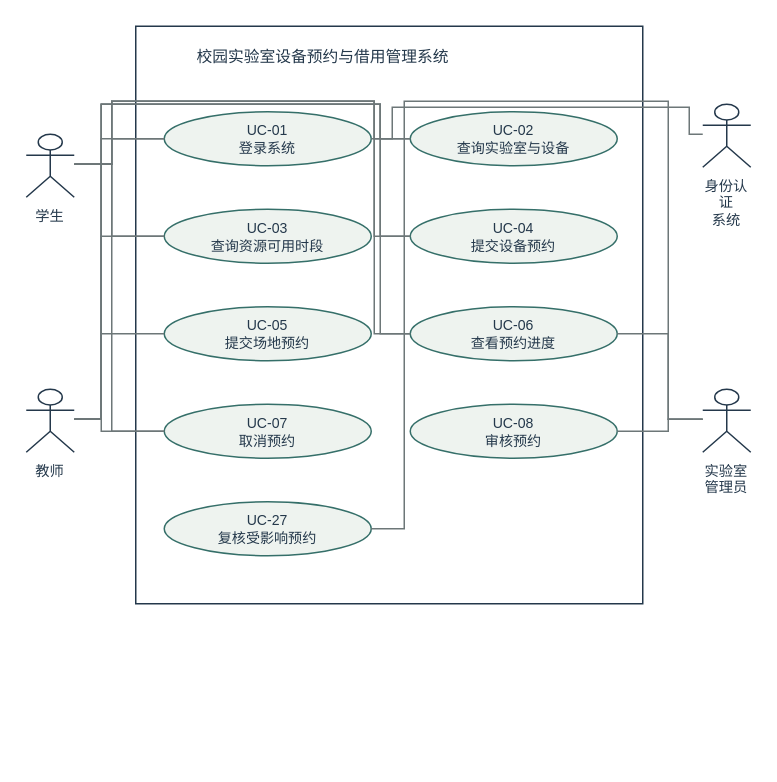
Before: models/图形源文件/图4-2-预约服务用例分图.drawio in yvming67-gif/campus-lab-equipment-manager, a draw.io diagram. Source tidied: cells renumbered, new cells numbered last; positions are measured from the earlier drawing's top-left corner, leaving out a move shared by most shapes. Both pictures are drawn from the tidied source at 150%, with x=0, y=0 at pixel (26, 26).
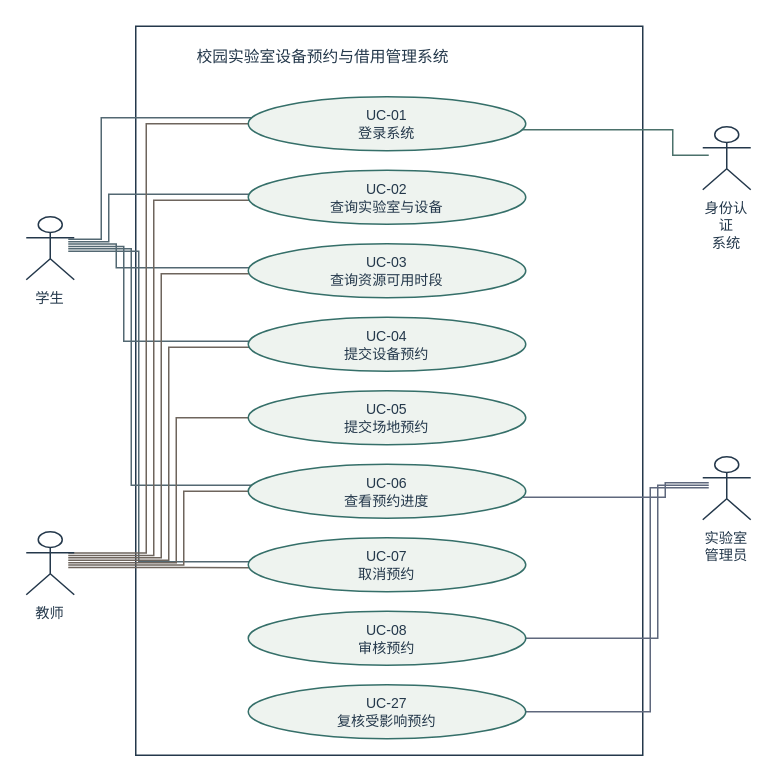
Above is the later version.

What changed in the source:
```diff
@@
     <mxCell id="2" style="rounded=0;strokeColor=#24384b;fillColor=none;whiteSpace=wrap;html=1;fontFamily=Microsoft YaHei;fontSize=10;fontColor=#24384b;" parent="1" vertex="1">
-      <mxGeometry x="73" width="338" height="385" as="geometry" />
+      <mxGeometry x="73" width="338" height="486" as="geometry" />
     </mxCell>
-    <mxCell id="3" value="校园实验室设备预约与借用管理系统" style="text;strokeColor=none;fillColor=none;whiteSpace=wrap;html=1;fontFamily=Microsoft YaHei;fontSize=10.5;fontColor=#24384b;" parent="1" vertex="1">
-      <mxGeometry x="112" y="7" width="260" height="25" as="geometry" />
+    <mxCell id="3" style="edgeStyle=none;rounded=0;endArrow=none;dashed=0;strokeColor=#536872;exitX=0.875;exitY=0.35714285714285715;exitPerimeter=0;entryX=0.01250197847821547;entryY=0.3888888888888889;entryPerimeter=0;" parent="1" edge="1" source="13" target="4">
+      <mxGeometry relative="1" as="geometry">
+        <Array as="points">
+          <mxPoint x="50" y="142" />
+          <mxPoint x="50" y="61" />
+        </Array>
+      </mxGeometry>
     </mxCell>
+    <mxCell id="34" style="edgeStyle=none;rounded=0;endArrow=none;dashed=0;strokeColor=#536872;exitX=0.875;exitY=0.3952380952380951;exitPerimeter=0;entryX=0.0030960050000467653;entryY=0.4444444444444444;entryPerimeter=0;" parent="1" edge="1" source="13" target="5">
+      <mxGeometry relative="1" as="geometry">
+        <Array as="points">
+          <mxPoint x="55" y="143.6" />
+          <mxPoint x="55" y="112" />
+        </Array>
+      </mxGeometry>
+    </mxCell>
+    <mxCell id="35" style="edgeStyle=none;rounded=0;endArrow=none;dashed=0;strokeColor=#536872;exitX=0.875;exitY=0.43333333333333307;exitPerimeter=0;entryX=0.0030960050000467653;entryY=0.4444444444444444;entryPerimeter=0;" parent="1" edge="1" source="13" target="6">
+      <mxGeometry relative="1" as="geometry">
+        <Array as="points">
+          <mxPoint x="60" y="145.2" />
+          <mxPoint x="60" y="161" />
+        </Array>
+      </mxGeometry>
+    </mxCell>
+    <mxCell id="36" style="edgeStyle=none;rounded=0;endArrow=none;dashed=0;strokeColor=#536872;exitX=0.875;exitY=0.4714285714285717;exitPerimeter=0;entryX=0.0030960050000467653;entryY=0.4444444444444444;entryPerimeter=0;" parent="1" edge="1" source="13" target="7">
+      <mxGeometry relative="1" as="geometry">
+        <Array as="points">
+          <mxPoint x="65" y="146.8" />
+          <mxPoint x="65" y="210" />
+        </Array>
+      </mxGeometry>
+    </mxCell>
+    <mxCell id="37" style="edgeStyle=none;rounded=0;endArrow=none;dashed=0;strokeColor=#536872;exitX=0.875;exitY=0.5095238095238097;exitPerimeter=0;entryX=0.01250197847821547;entryY=0.3888888888888889;entryPerimeter=0;" parent="1" edge="1" source="13" target="9">
+      <mxGeometry relative="1" as="geometry">
+        <Array as="points">
+          <mxPoint x="70" y="148.4" />
+          <mxPoint x="70" y="306" />
+        </Array>
+      </mxGeometry>
+    </mxCell>
+    <mxCell id="38" style="edgeStyle=none;rounded=0;endArrow=none;dashed=0;strokeColor=#536872;exitX=0.875;exitY=0.5476190476190477;exitPerimeter=0;entryX=0.0030960050000467653;entryY=0.4444444444444444;entryPerimeter=0;" parent="1" edge="1" source="13" target="10">
+      <mxGeometry relative="1" as="geometry">
+        <Array as="points">
+          <mxPoint x="75" y="150" />
+          <mxPoint x="75" y="357" />
+        </Array>
+      </mxGeometry>
+    </mxCell>
+    <mxCell id="21" style="edgeStyle=none;rounded=0;endArrow=none;dashed=0;strokeColor=#6e655d;exitX=0.875;exitY=0.33809523809523784;exitPerimeter=0;entryX=0.0;entryY=0.5;entryPerimeter=0;" parent="1" edge="1" source="20" target="4">
+      <mxGeometry relative="1" as="geometry">
+        <Array as="points">
+          <mxPoint x="80" y="351.2" />
+          <mxPoint x="80" y="65" />
+        </Array>
+      </mxGeometry>
+    </mxCell>
+    <mxCell id="22" style="edgeStyle=none;rounded=0;endArrow=none;dashed=0;strokeColor=#6e655d;exitX=0.875;exitY=0.37619047619047646;exitPerimeter=0;entryX=0.0030960050000467653;entryY=0.5555555555555556;entryPerimeter=0;" parent="1" edge="1" source="20" target="5">
+      <mxGeometry relative="1" as="geometry">
+        <Array as="points">
+          <mxPoint x="85" y="352.8" />
+          <mxPoint x="85" y="116" />
+        </Array>
+      </mxGeometry>
+    </mxCell>
+    <mxCell id="23" style="edgeStyle=none;rounded=0;endArrow=none;dashed=0;strokeColor=#6e655d;exitX=0.875;exitY=0.41428571428571376;exitPerimeter=0;entryX=0.0030960050000467653;entryY=0.5555555555555556;entryPerimeter=0;" parent="1" edge="1" source="20" target="6">
+      <mxGeometry relative="1" as="geometry">
+        <Array as="points">
+          <mxPoint x="90" y="354.4" />
+          <mxPoint x="90" y="165" />
+        </Array>
+      </mxGeometry>
+    </mxCell>
+    <mxCell id="24" style="edgeStyle=none;rounded=0;endArrow=none;dashed=0;strokeColor=#6e655d;exitX=0.875;exitY=0.4523809523809524;exitPerimeter=0;entryX=0.0030960050000467653;entryY=0.5555555555555556;entryPerimeter=0;" parent="1" edge="1" source="20" target="7">
+      <mxGeometry relative="1" as="geometry">
+        <Array as="points">
+          <mxPoint x="95" y="356" />
+          <mxPoint x="95" y="214" />
+        </Array>
+      </mxGeometry>
+    </mxCell>
+    <mxCell id="25" style="edgeStyle=none;rounded=0;endArrow=none;dashed=0;strokeColor=#6e655d;exitX=0.875;exitY=0.490476190476191;exitPerimeter=0;entryX=0.0;entryY=0.5;entryPerimeter=0;" parent="1" edge="1" source="20" target="8">
+      <mxGeometry relative="1" as="geometry">
+        <Array as="points">
+          <mxPoint x="100" y="357.6" />
+          <mxPoint x="100" y="261" />
+        </Array>
+      </mxGeometry>
+    </mxCell>
+    <mxCell id="14" style="edgeStyle=none;rounded=0;endArrow=none;dashed=0;strokeColor=#6e655d;exitX=0.875;exitY=0.5285714285714282;exitPerimeter=0;entryX=0.0;entryY=0.5;entryPerimeter=0;" parent="1" edge="1" source="20" target="9">
+      <mxGeometry relative="1" as="geometry">
+        <Array as="points">
+          <mxPoint x="105" y="359.2" />
+          <mxPoint x="105" y="310" />
+        </Array>
+      </mxGeometry>
+    </mxCell>
+    <mxCell id="15" style="edgeStyle=none;rounded=0;endArrow=none;dashed=0;strokeColor=#6e655d;exitX=0.875;exitY=0.566666666666667;exitPerimeter=0;entryX=0.0030960050000467653;entryY=0.5555555555555556;entryPerimeter=0;" parent="1" edge="1" source="20" target="10">
+      <mxGeometry relative="1" as="geometry">
+        <Array as="points">
+          <mxPoint x="110" y="360.8" />
+          <mxPoint x="110" y="361" />
+        </Array>
+      </mxGeometry>
+    </mxCell>
+    <mxCell id="16" style="edgeStyle=none;rounded=0;endArrow=none;dashed=0;strokeColor=#4b716b;exitX=0.125;exitY=0.4523809523809524;exitPerimeter=0;entryX=0.9874980215217843;entryY=0.6111111111111112;entryPerimeter=0;" parent="1" edge="1" source="28" target="4">
+      <mxGeometry relative="1" as="geometry">
+        <Array as="points">
+          <mxPoint x="431" y="86" />
+          <mxPoint x="431" y="69" />
+        </Array>
+      </mxGeometry>
+    </mxCell>
+    <mxCell id="17" style="edgeStyle=none;rounded=0;endArrow=none;dashed=0;strokeColor=#5f687d;exitX=0.125;exitY=0.41428571428571376;exitPerimeter=0;entryX=0.9874980215217843;entryY=0.6111111111111112;entryPerimeter=0;" parent="1" edge="1" source="30" target="9">
+      <mxGeometry relative="1" as="geometry">
+        <Array as="points">
+          <mxPoint x="426" y="304.4" />
+          <mxPoint x="426" y="314" />
+        </Array>
+      </mxGeometry>
+    </mxCell>
+    <mxCell id="18" style="edgeStyle=none;rounded=0;endArrow=none;dashed=0;strokeColor=#5f687d;exitX=0.125;exitY=0.4523809523809524;exitPerimeter=0;entryX=1.0;entryY=0.5;entryPerimeter=0;" parent="1" edge="1" source="30" target="11">
+      <mxGeometry relative="1" as="geometry">
+        <Array as="points">
+          <mxPoint x="421" y="306" />
+          <mxPoint x="421" y="408" />
+        </Array>
+      </mxGeometry>
+    </mxCell>
+    <mxCell id="19" style="edgeStyle=none;rounded=0;endArrow=none;dashed=0;strokeColor=#5f687d;exitX=0.125;exitY=0.490476190476191;exitPerimeter=0;entryX=1.0;entryY=0.5;entryPerimeter=0;" parent="1" edge="1" source="30" target="12">
+      <mxGeometry relative="1" as="geometry">
+        <Array as="points">
+          <mxPoint x="416" y="307.6" />
+          <mxPoint x="416" y="457" />
+        </Array>
+      </mxGeometry>
+    </mxCell>
+    <mxCell id="39" value="校园实验室设备预约与借用管理系统" style="text;strokeColor=none;fillColor=none;whiteSpace=wrap;html=1;fontFamily=Microsoft YaHei;fontSize=10.5;fontColor=#24384b;" parent="1" vertex="1">
+      <mxGeometry x="112" y="7" width="260" height="25" as="geometry" />
+    </mxCell>
     <mxCell id="4" value="UC-01&lt;br&gt;登录系统" style="ellipse;strokeColor=#356f69;fillColor=#eef3ef;whiteSpace=wrap;html=1;fontFamily=Microsoft YaHei;fontSize=9.4;fontColor=#24384b;" parent="1" vertex="1">
-      <mxGeometry x="92" y="57" width="138" height="36" as="geometry" />
+      <mxGeometry x="148" y="47" width="185" height="36" as="geometry" />
     </mxCell>
     <mxCell id="5" value="UC-02&lt;br&gt;查询实验室与设备" style="ellipse;strokeColor=#356f69;fillColor=#eef3ef;whiteSpace=wrap;html=1;fontFamily=Microsoft YaHei;fontSize=9.4;fontColor=#24384b;" parent="1" vertex="1">
-      <mxGeometry x="256" y="57" width="138" height="36" as="geometry" />
+      <mxGeometry x="148" y="96" width="185" height="36" as="geometry" />
     </mxCell>
     <mxCell id="6" value="UC-03&lt;br&gt;查询资源可用时段" style="ellipse;strokeColor=#356f69;fillColor=#eef3ef;whiteSpace=wrap;html=1;fontFamily=Microsoft YaHei;fontSize=9.4;fontColor=#24384b;" parent="1" vertex="1">
-      <mxGeometry x="92" y="122" width="138" height="36" as="geometry" />
+      <mxGeometry x="148" y="145" width="185" height="36" as="geometry" />
     </mxCell>
     <mxCell id="7" value="UC-04&lt;br&gt;提交设备预约" style="ellipse;strokeColor=#356f69;fillColor=#eef3ef;whiteSpace=wrap;html=1;fontFamily=Microsoft YaHei;fontSize=9.4;fontColor=#24384b;" parent="1" vertex="1">
-      <mxGeometry x="256" y="122" width="138" height="36" as="geometry" />
+      <mxGeometry x="148" y="194" width="185" height="36" as="geometry" />
     </mxCell>
     <mxCell id="8" value="UC-05&lt;br&gt;提交场地预约" style="ellipse;strokeColor=#356f69;fillColor=#eef3ef;whiteSpace=wrap;html=1;fontFamily=Microsoft YaHei;fontSize=9.4;fontColor=#24384b;" parent="1" vertex="1">
-      <mxGeometry x="92" y="187" width="138" height="36" as="geometry" />
+      <mxGeometry x="148" y="243" width="185" height="36" as="geometry" />
     </mxCell>
     <mxCell id="9" value="UC-06&lt;br&gt;查看预约进度" style="ellipse;strokeColor=#356f69;fillColor=#eef3ef;whiteSpace=wrap;html=1;fontFamily=Microsoft YaHei;fontSize=9.4;fontColor=#24384b;" parent="1" vertex="1">
-      <mxGeometry x="256" y="187" width="138" height="36" as="geometry" />
+      <mxGeometry x="148" y="292" width="185" height="36" as="geometry" />
     </mxCell>
     <mxCell id="10" value="UC-07&lt;br&gt;取消预约" style="ellipse;strokeColor=#356f69;fillColor=#eef3ef;whiteSpace=wrap;html=1;fontFamily=Microsoft YaHei;fontSize=9.4;fontColor=#24384b;" parent="1" vertex="1">
-      <mxGeometry x="92" y="252" width="138" height="36" as="geometry" />
+      <mxGeometry x="148" y="341" width="185" height="36" as="geometry" />
     </mxCell>
     <mxCell id="11" value="UC-08&lt;br&gt;审核预约" style="ellipse;strokeColor=#356f69;fillColor=#eef3ef;whiteSpace=wrap;html=1;fontFamily=Microsoft YaHei;fontSize=9.4;fontColor=#24384b;" parent="1" vertex="1">
-      <mxGeometry x="256" y="252" width="138" height="36" as="geometry" />
+      <mxGeometry x="148" y="390" width="185" height="36" as="geometry" />
     </mxCell>
     <mxCell id="12" value="UC-27&lt;br&gt;复核受影响预约" style="ellipse;strokeColor=#356f69;fillColor=#eef3ef;whiteSpace=wrap;html=1;fontFamily=Microsoft YaHei;fontSize=9.4;fontColor=#24384b;" parent="1" vertex="1">
-      <mxGeometry x="92" y="317" width="138" height="36" as="geometry" />
+      <mxGeometry x="148" y="439" width="185" height="36" as="geometry" />
     </mxCell>
     <mxCell id="13" value="学生" style="shape=umlActor;verticalLabelPosition=bottom;verticalAlign=top;strokeColor=#24384b;fillColor=none;whiteSpace=wrap;html=1;fontFamily=Microsoft YaHei;fontSize=9.5;fontColor=#24384b;" parent="1" vertex="1">
-      <mxGeometry y="72" width="32" height="42" as="geometry" />
+      <mxGeometry y="127" width="32" height="42" as="geometry" />
     </mxCell>
-    <mxCell id="14" style="edgeStyle=none;rounded=0;endArrow=none;dashed=0;strokeColor=#6d7778;exitX=1.0;exitY=0.47619047619047616;exitPerimeter=0;entryX=0.0;entryY=0.5;entryPerimeter=0;" parent="1" edge="1" source="13" target="4">
-      <mxGeometry relative="1" as="geometry">
-        <Array as="points">
-          <mxPoint x="57" y="92" />
-          <mxPoint x="57" y="75" />
-        </Array>
-      </mxGeometry>
-    </mxCell>
-    <mxCell id="15" style="edgeStyle=none;rounded=0;endArrow=none;dashed=0;strokeColor=#6d7778;exitX=1.0;exitY=0.47619047619047616;exitPerimeter=0;entryX=0.0;entryY=0.5;entryPerimeter=0;" parent="1" edge="1" source="13" target="5">
-      <mxGeometry relative="1" as="geometry">
-        <Array as="points">
-          <mxPoint x="57" y="92" />
-          <mxPoint x="57" y="50" />
-          <mxPoint x="232" y="50" />
-          <mxPoint x="232" y="75" />
-        </Array>
-      </mxGeometry>
-    </mxCell>
-    <mxCell id="16" style="edgeStyle=none;rounded=0;endArrow=none;dashed=0;strokeColor=#6d7778;exitX=1.0;exitY=0.47619047619047616;exitPerimeter=0;entryX=0.0;entryY=0.5;entryPerimeter=0;" parent="1" edge="1" source="13" target="6">
-      <mxGeometry relative="1" as="geometry">
-        <Array as="points">
-          <mxPoint x="57" y="92" />
-          <mxPoint x="57" y="140" />
-        </Array>
-      </mxGeometry>
-    </mxCell>
-    <mxCell id="17" style="edgeStyle=none;rounded=0;endArrow=none;dashed=0;strokeColor=#6d7778;exitX=1.0;exitY=0.47619047619047616;exitPerimeter=0;entryX=0.0;entryY=0.5;entryPerimeter=0;" parent="1" edge="1" source="13" target="7">
-      <mxGeometry relative="1" as="geometry">
-        <Array as="points">
-          <mxPoint x="57" y="92" />
-          <mxPoint x="57" y="50" />
-          <mxPoint x="232" y="50" />
-          <mxPoint x="232" y="140" />
-        </Array>
-      </mxGeometry>
-    </mxCell>
-    <mxCell id="18" style="edgeStyle=none;rounded=0;endArrow=none;dashed=0;strokeColor=#6d7778;exitX=1.0;exitY=0.47619047619047616;exitPerimeter=0;entryX=0.0;entryY=0.5;entryPerimeter=0;" parent="1" edge="1" source="13" target="9">
-      <mxGeometry relative="1" as="geometry">
-        <Array as="points">
-          <mxPoint x="57" y="92" />
-          <mxPoint x="57" y="50" />
-          <mxPoint x="232" y="50" />
-          <mxPoint x="232" y="205" />
-        </Array>
-      </mxGeometry>
-    </mxCell>
-    <mxCell id="19" style="edgeStyle=none;rounded=0;endArrow=none;dashed=0;strokeColor=#6d7778;exitX=1.0;exitY=0.47619047619047616;exitPerimeter=0;entryX=0.0;entryY=0.5;entryPerimeter=0;" parent="1" edge="1" source="13" target="10">
-      <mxGeometry relative="1" as="geometry">
-        <Array as="points">
-          <mxPoint x="57" y="92" />
-          <mxPoint x="57" y="270" />
-        </Array>
-      </mxGeometry>
-    </mxCell>
     <mxCell id="20" value="教师" style="shape=umlActor;verticalLabelPosition=bottom;verticalAlign=top;strokeColor=#24384b;fillColor=none;whiteSpace=wrap;html=1;fontFamily=Microsoft YaHei;fontSize=9.5;fontColor=#24384b;" parent="1" vertex="1">
-      <mxGeometry y="242" width="32" height="42" as="geometry" />
+      <mxGeometry y="337" width="32" height="42" as="geometry" />
     </mxCell>
-    <mxCell id="21" style="edgeStyle=none;rounded=0;endArrow=none;dashed=0;strokeColor=#6d7778;exitX=1.0;exitY=0.47619047619047616;exitPerimeter=0;entryX=0.0;entryY=0.5;entryPerimeter=0;" parent="1" edge="1" source="20" target="4">
-      <mxGeometry relative="1" as="geometry">
-        <Array as="points">
-          <mxPoint x="50" y="262" />
-          <mxPoint x="50" y="75" />
-        </Array>
-      </mxGeometry>
-    </mxCell>
-    <mxCell id="22" style="edgeStyle=none;rounded=0;endArrow=none;dashed=0;strokeColor=#6d7778;exitX=1.0;exitY=0.47619047619047616;exitPerimeter=0;entryX=0.0;entryY=0.5;entryPerimeter=0;" parent="1" edge="1" source="20" target="5">
-      <mxGeometry relative="1" as="geometry">
-        <Array as="points">
-          <mxPoint x="50" y="262" />
-          <mxPoint x="50" y="52" />
-          <mxPoint x="236" y="52" />
-          <mxPoint x="236" y="75" />
-        </Array>
-      </mxGeometry>
-    </mxCell>
-    <mxCell id="23" style="edgeStyle=none;rounded=0;endArrow=none;dashed=0;strokeColor=#6d7778;exitX=1.0;exitY=0.47619047619047616;exitPerimeter=0;entryX=0.0;entryY=0.5;entryPerimeter=0;" parent="1" edge="1" source="20" target="6">
-      <mxGeometry relative="1" as="geometry">
-        <Array as="points">
-          <mxPoint x="50" y="262" />
-          <mxPoint x="50" y="140" />
-        </Array>
-      </mxGeometry>
-    </mxCell>
-    <mxCell id="24" style="edgeStyle=none;rounded=0;endArrow=none;dashed=0;strokeColor=#6d7778;exitX=1.0;exitY=0.47619047619047616;exitPerimeter=0;entryX=0.0;entryY=0.5;entryPerimeter=0;" parent="1" edge="1" source="20" target="7">
-      <mxGeometry relative="1" as="geometry">
-        <Array as="points">
-          <mxPoint x="50" y="262" />
-          <mxPoint x="50" y="52" />
-          <mxPoint x="236" y="52" />
-          <mxPoint x="236" y="140" />
-        </Array>
-      </mxGeometry>
-    </mxCell>
-    <mxCell id="25" style="edgeStyle=none;rounded=0;endArrow=none;dashed=0;strokeColor=#6d7778;exitX=1.0;exitY=0.47619047619047616;exitPerimeter=0;entryX=0.0;entryY=0.5;entryPerimeter=0;" parent="1" edge="1" source="20" target="8">
-      <mxGeometry relative="1" as="geometry">
-        <Array as="points">
-          <mxPoint x="50" y="262" />
-          <mxPoint x="50" y="205" />
-        </Array>
-      </mxGeometry>
-    </mxCell>
-    <mxCell id="26" style="edgeStyle=none;rounded=0;endArrow=none;dashed=0;strokeColor=#6d7778;exitX=1.0;exitY=0.47619047619047616;exitPerimeter=0;entryX=0.0;entryY=0.5;entryPerimeter=0;" parent="1" edge="1" source="20" target="9">
-      <mxGeometry relative="1" as="geometry">
-        <Array as="points">
-          <mxPoint x="50" y="262" />
-          <mxPoint x="50" y="52" />
-          <mxPoint x="236" y="52" />
-          <mxPoint x="236" y="205" />
-        </Array>
-      </mxGeometry>
-    </mxCell>
-    <mxCell id="27" style="edgeStyle=none;rounded=0;endArrow=none;dashed=0;strokeColor=#6d7778;exitX=1.0;exitY=0.47619047619047616;exitPerimeter=0;entryX=0.0;entryY=0.5;entryPerimeter=0;" parent="1" edge="1" source="20" target="10">
-      <mxGeometry relative="1" as="geometry">
-        <Array as="points">
-          <mxPoint x="50" y="262" />
-          <mxPoint x="50" y="270" />
-        </Array>
-      </mxGeometry>
-    </mxCell>
     <mxCell id="28" value="身份认证&lt;br&gt;系统" style="shape=umlActor;verticalLabelPosition=bottom;verticalAlign=top;strokeColor=#24384b;fillColor=none;whiteSpace=wrap;html=1;fontFamily=Microsoft YaHei;fontSize=9.5;fontColor=#24384b;" parent="1" vertex="1">
-      <mxGeometry x="451" y="52" width="32" height="42" as="geometry" />
+      <mxGeometry x="451" y="67" width="32" height="42" as="geometry" />
     </mxCell>
-    <mxCell id="29" style="edgeStyle=none;rounded=0;endArrow=none;dashed=0;strokeColor=#6d7778;exitX=0.0;exitY=0.47619047619047616;exitPerimeter=0;entryX=1.0;entryY=0.5;entryPerimeter=0;" parent="1" edge="1" source="28" target="4">
-      <mxGeometry relative="1" as="geometry">
-        <Array as="points">
-          <mxPoint x="442" y="72" />
-          <mxPoint x="442" y="54" />
-          <mxPoint x="244" y="54" />
-          <mxPoint x="244" y="75" />
-        </Array>
-      </mxGeometry>
-    </mxCell>
     <mxCell id="30" value="实验室&lt;br&gt;管理员" style="shape=umlActor;verticalLabelPosition=bottom;verticalAlign=top;strokeColor=#24384b;fillColor=none;whiteSpace=wrap;html=1;fontFamily=Microsoft YaHei;fontSize=9.5;fontColor=#24384b;" parent="1" vertex="1">
-      <mxGeometry x="451" y="242" width="32" height="42" as="geometry" />
+      <mxGeometry x="451" y="287" width="32" height="42" as="geometry" />
     </mxCell>
-    <mxCell id="31" style="edgeStyle=none;rounded=0;endArrow=none;dashed=0;strokeColor=#6d7778;exitX=0.0;exitY=0.47619047619047616;exitPerimeter=0;entryX=1.0;entryY=0.5;entryPerimeter=0;" parent="1" edge="1" source="30" target="9">
-      <mxGeometry relative="1" as="geometry">
-        <Array as="points">
-          <mxPoint x="428" y="262" />
-          <mxPoint x="428" y="205" />
-        </Array>
-      </mxGeometry>
-    </mxCell>
-    <mxCell id="32" style="edgeStyle=none;rounded=0;endArrow=none;dashed=0;strokeColor=#6d7778;exitX=0.0;exitY=0.47619047619047616;exitPerimeter=0;entryX=1.0;entryY=0.5;entryPerimeter=0;" parent="1" edge="1" source="30" target="11">
-      <mxGeometry relative="1" as="geometry">
-        <Array as="points">
-          <mxPoint x="428" y="262" />
-          <mxPoint x="428" y="270" />
-        </Array>
-      </mxGeometry>
-    </mxCell>
-    <mxCell id="33" style="edgeStyle=none;rounded=0;endArrow=none;dashed=0;strokeColor=#6d7778;exitX=0.0;exitY=0.47619047619047616;exitPerimeter=0;entryX=1.0;entryY=0.5;entryPerimeter=0;" parent="1" edge="1" source="30" target="12">
-      <mxGeometry relative="1" as="geometry">
-        <Array as="points">
-          <mxPoint x="428" y="262" />
-          <mxPoint x="428" y="50" />
-          <mxPoint x="252" y="50" />
-          <mxPoint x="252" y="335" />
-        </Array>
-      </mxGeometry>
-    </mxCell>
```
